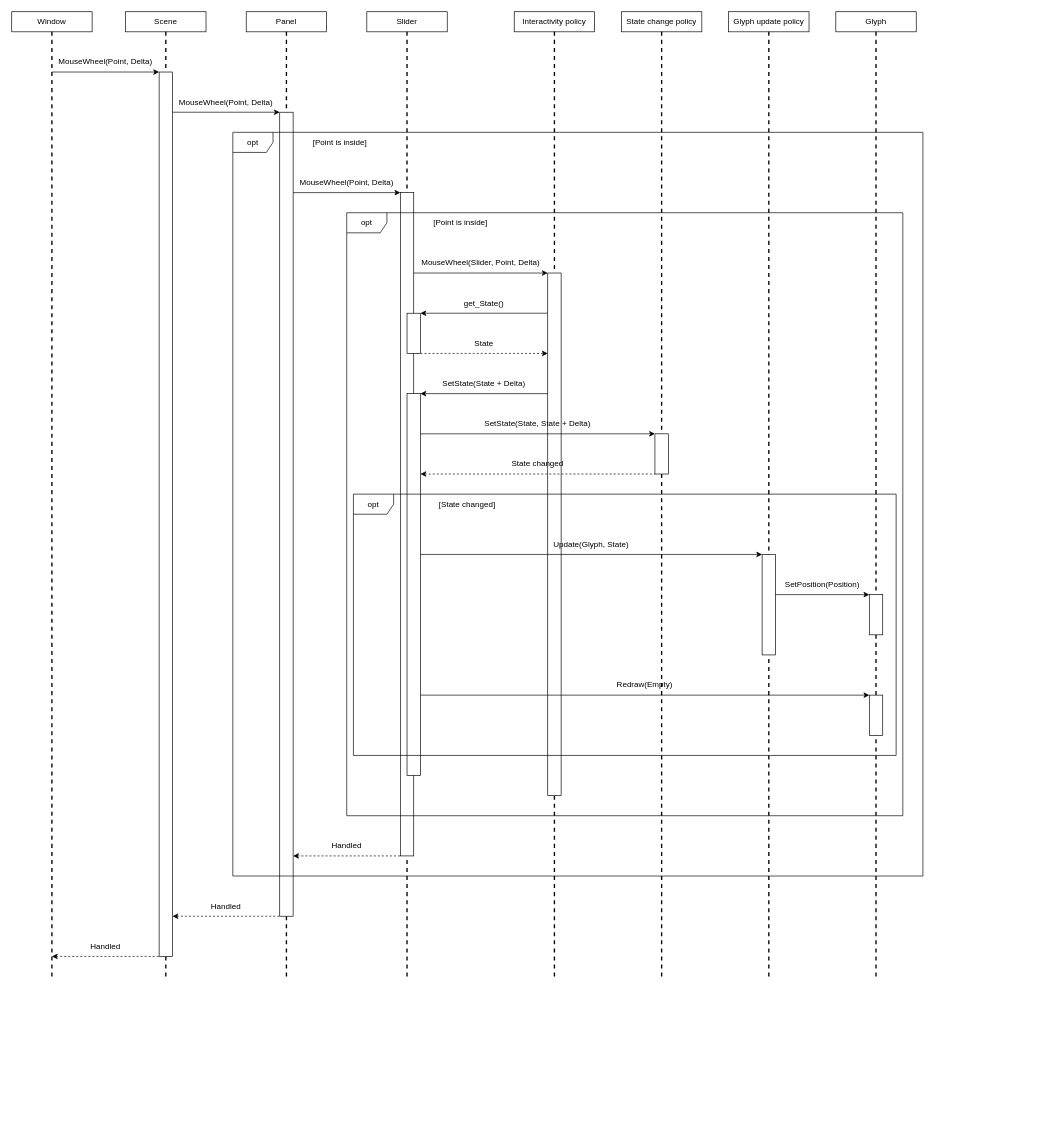
Before: doc/ui/slider_mouse_wheel.drawio in vitalii-samoilenko/voicemeeter-deskband, a draw.io diagram. Source tidied: cells renumbered, new cells numbered last; positions are measured from the earlier drawing's top-left corner, leaving out a move shared by most shapes. Both pictures are drawn from the tidied source at 67%, with x=0, y=0 at pixel (11, 11).
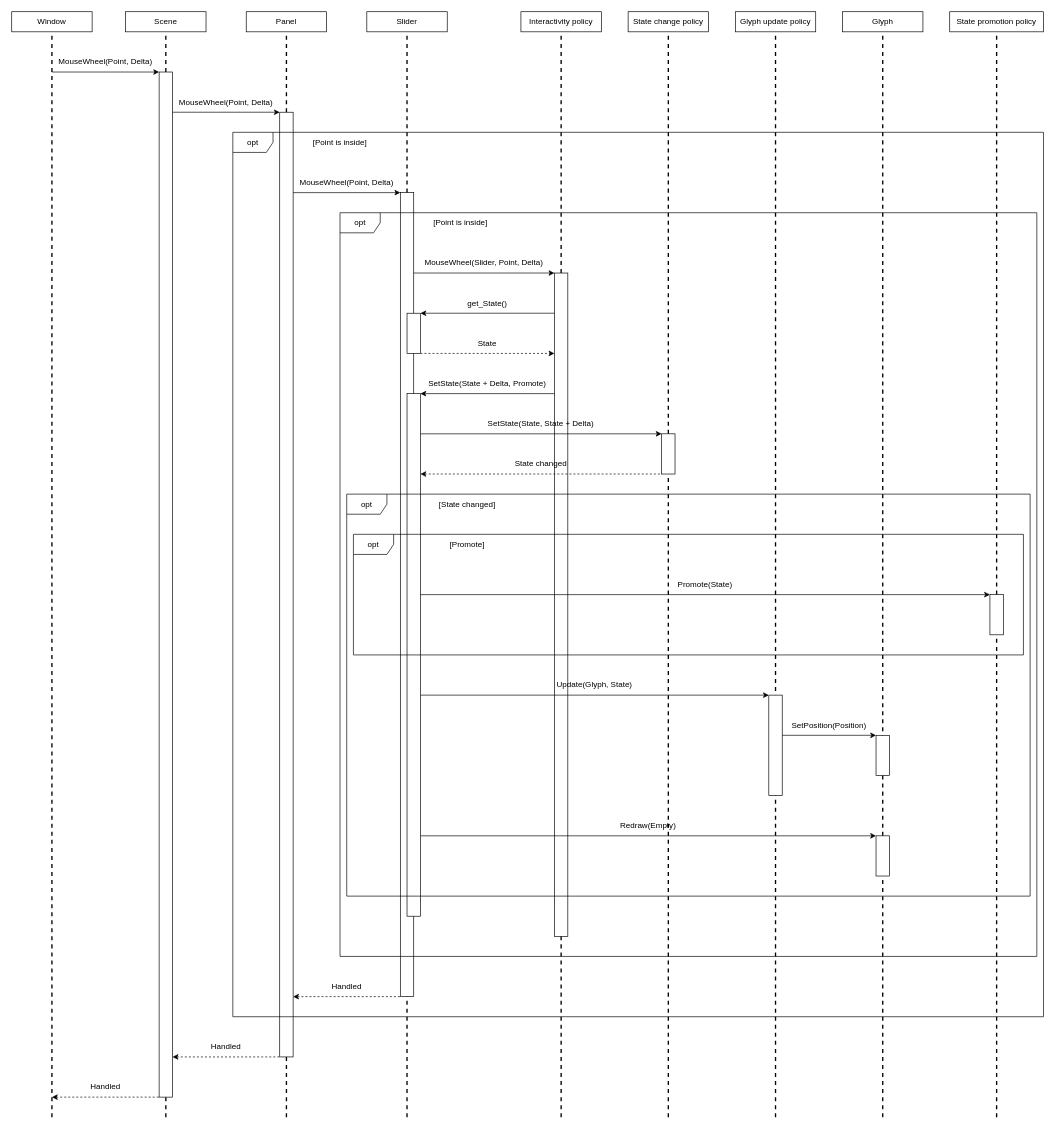
The same diagram, later.

The change refers to these unchanged cells:
```xml
<mxCell id="2" value="Window" style="rounded=0;whiteSpace=wrap;html=1;" parent="1" vertex="1">
  <mxGeometry width="120" height="30" as="geometry" />
</mxCell>
<mxCell id="3" value="Scene" style="rounded=0;whiteSpace=wrap;html=1;" parent="1" vertex="1">
  <mxGeometry x="170" width="120" height="30" as="geometry" />
</mxCell>
<mxCell id="4" value="Panel" style="rounded=0;whiteSpace=wrap;html=1;" parent="1" vertex="1">
  <mxGeometry x="350" width="120" height="30" as="geometry" />
</mxCell>
<mxCell id="5" value="Slider" style="rounded=0;whiteSpace=wrap;html=1;" parent="1" vertex="1">
  <mxGeometry x="530" width="120" height="30" as="geometry" />
</mxCell>
```

Diff of the diagram source:
```diff
@@
     <mxCell id="6" value="Interactivity policy" style="rounded=0;whiteSpace=wrap;html=1;" parent="1" vertex="1">
-      <mxGeometry x="750" width="120" height="30" as="geometry" />
+      <mxGeometry x="760" width="120" height="30" as="geometry" />
     </mxCell>
     <mxCell id="7" value="State change policy" style="rounded=0;whiteSpace=wrap;html=1;" parent="1" vertex="1">
-      <mxGeometry x="910" width="120" height="30" as="geometry" />
+      <mxGeometry x="920" width="120" height="30" as="geometry" />
     </mxCell>
     <mxCell id="8" value="Glyph update policy" style="rounded=0;whiteSpace=wrap;html=1;" parent="1" vertex="1">
-      <mxGeometry x="1070" width="120" height="30" as="geometry" />
+      <mxGeometry x="1080" width="120" height="30" as="geometry" />
     </mxCell>
     <mxCell id="9" value="Glyph" style="rounded=0;whiteSpace=wrap;html=1;" parent="1" vertex="1">
-      <mxGeometry x="1230" width="120" height="30" as="geometry" />
+      <mxGeometry x="1240" width="120" height="30" as="geometry" />
     </mxCell>
     <mxCell id="10" style="endArrow=none;dashed=1;html=1;strokeWidth=2;rounded=0;" parent="1" edge="1" target="2">
       <mxGeometry relative="1" as="geometry">
-        <mxPoint x="60" y="1440" as="sourcePoint" />
+        <mxPoint x="60" y="1650" as="sourcePoint" />
       </mxGeometry>
     </mxCell>
     <mxCell id="11" style="endArrow=none;dashed=1;html=1;strokeWidth=2;rounded=0;" parent="1" edge="1" target="3">
       <mxGeometry relative="1" as="geometry">
-        <mxPoint x="230" y="1440" as="sourcePoint" />
+        <mxPoint x="230" y="1650" as="sourcePoint" />
       </mxGeometry>
     </mxCell>
     <mxCell id="12" style="endArrow=none;dashed=1;html=1;strokeWidth=2;rounded=0;" parent="1" edge="1" target="4">
       <mxGeometry relative="1" as="geometry">
-        <mxPoint x="410" y="1440" as="sourcePoint" />
+        <mxPoint x="410" y="1650" as="sourcePoint" />
       </mxGeometry>
     </mxCell>
     <mxCell id="13" style="endArrow=none;dashed=1;html=1;strokeWidth=2;rounded=0;" parent="1" edge="1" target="5">
       <mxGeometry relative="1" as="geometry">
-        <mxPoint x="590" y="1440" as="sourcePoint" />
+        <mxPoint x="590" y="1650" as="sourcePoint" />
       </mxGeometry>
     </mxCell>
     <mxCell id="14" style="endArrow=none;dashed=1;html=1;strokeWidth=2;rounded=0;" parent="1" edge="1" target="6">
       <mxGeometry relative="1" as="geometry">
-        <mxPoint x="810" y="1440" as="sourcePoint" />
+        <mxPoint x="820" y="1650" as="sourcePoint" />
       </mxGeometry>
     </mxCell>
     <mxCell id="15" style="endArrow=none;dashed=1;html=1;strokeWidth=2;rounded=0;" parent="1" edge="1" target="7">
       <mxGeometry relative="1" as="geometry">
-        <mxPoint x="970" y="1440" as="sourcePoint" />
+        <mxPoint x="980" y="1650" as="sourcePoint" />
       </mxGeometry>
     </mxCell>
     <mxCell id="16" style="endArrow=none;dashed=1;html=1;strokeWidth=2;rounded=0;" parent="1" edge="1" target="8">
       <mxGeometry relative="1" as="geometry">
-        <mxPoint x="1130" y="1440" as="sourcePoint" />
+        <mxPoint x="1140" y="1650" as="sourcePoint" />
       </mxGeometry>
     </mxCell>
     <mxCell id="17" style="endArrow=none;dashed=1;html=1;strokeWidth=2;rounded=0;" parent="1" edge="1" target="9">
       <mxGeometry relative="1" as="geometry">
-        <mxPoint x="1290" y="1440" as="sourcePoint" />
+        <mxPoint x="1300" y="1650" as="sourcePoint" />
       </mxGeometry>
     </mxCell>
@@
     <mxCell id="19" style="rounded=0;whiteSpace=wrap;html=1;" parent="1" vertex="1">
-      <mxGeometry x="220" y="90" width="20" height="1320" as="geometry" />
+      <mxGeometry x="220" y="90" width="20" height="1530" as="geometry" />
     </mxCell>
@@
     <mxCell id="21" style="rounded=0;whiteSpace=wrap;html=1;" parent="1" vertex="1">
-      <mxGeometry x="400" y="150" width="20" height="1200" as="geometry" />
+      <mxGeometry x="400" y="150" width="20" height="1410" as="geometry" />
     </mxCell>
     <mxCell id="22" style="rounded=0;whiteSpace=wrap;html=1;" parent="1" vertex="1">
-      <mxGeometry x="580" y="270" width="20" height="990" as="geometry" />
+      <mxGeometry x="580" y="270" width="20" height="1200" as="geometry" />
     </mxCell>
@@
     <mxCell id="26" style="rounded=0;whiteSpace=wrap;html=1;" parent="1" vertex="1">
-      <mxGeometry x="800" y="390" width="20" height="780" as="geometry" />
+      <mxGeometry x="810" y="390" width="20" height="990" as="geometry" />
     </mxCell>
@@
     <mxCell id="28" value="MouseWheel(Slider, Point, Delta)" style="text;html=1;align=center;verticalAlign=middle;whiteSpace=wrap;rounded=0;" parent="1" vertex="1">
-      <mxGeometry x="600" y="360" width="200" height="30" as="geometry" />
+      <mxGeometry x="600" y="360" width="210" height="30" as="geometry" />
     </mxCell>
@@
     <mxCell id="30" value="get_State()" style="text;html=1;align=center;verticalAlign=middle;whiteSpace=wrap;rounded=0;" parent="1" vertex="1">
-      <mxGeometry x="610" y="420" width="190" height="30" as="geometry" />
+      <mxGeometry x="610" y="420" width="200" height="30" as="geometry" />
     </mxCell>
     <mxCell id="31" style="rounded=0;whiteSpace=wrap;html=1;" parent="1" vertex="1">
-      <mxGeometry x="960" y="630" width="20" height="60" as="geometry" />
+      <mxGeometry x="970" y="630" width="20" height="60" as="geometry" />
     </mxCell>
@@
     <mxCell id="33" value="SetState(State, State + Delta)" style="text;html=1;align=center;verticalAlign=middle;whiteSpace=wrap;rounded=0;" parent="1" vertex="1">
-      <mxGeometry x="610" y="600" width="350" height="30" as="geometry" />
+      <mxGeometry x="610" y="600" width="360" height="30" as="geometry" />
     </mxCell>
@@
     <mxCell id="35" value="State changed" style="text;html=1;align=center;verticalAlign=middle;whiteSpace=wrap;rounded=0;" parent="1" vertex="1">
-      <mxGeometry x="610" y="660" width="350" height="30" as="geometry" />
+      <mxGeometry x="610" y="660" width="360" height="30" as="geometry" />
     </mxCell>
@@
     <mxCell id="37" style="rounded=0;whiteSpace=wrap;html=1;" parent="1" vertex="1">
-      <mxGeometry x="1120" y="810" width="20" height="150" as="geometry" />
+      <mxGeometry x="1130" y="1020" width="20" height="150" as="geometry" />
     </mxCell>
@@
     <mxCell id="39" value="Update(Glyph, State)" style="text;html=1;align=center;verticalAlign=middle;whiteSpace=wrap;rounded=0;" parent="1" vertex="1">
-      <mxGeometry x="610" y="780" width="510" height="30" as="geometry" />
+      <mxGeometry x="610" y="990" width="520" height="30" as="geometry" />
     </mxCell>
     <mxCell id="40" style="endArrow=classic;html=1;rounded=0;exitX=0;exitY=1;exitDx=0;exitDy=0;entryX=0;entryY=0;entryDx=0;entryDy=0;" parent="1" edge="1" source="41">
       <mxGeometry relative="1" as="geometry">
-        <mxPoint x="1280" y="870" as="targetPoint" />
+        <mxPoint x="1290" y="1080" as="targetPoint" />
       </mxGeometry>
     </mxCell>
     <mxCell id="41" value="SetPosition(Position)" style="text;html=1;align=center;verticalAlign=middle;whiteSpace=wrap;rounded=0;" parent="1" vertex="1">
-      <mxGeometry x="1140" y="840" width="140" height="30" as="geometry" />
+      <mxGeometry x="1150" y="1050" width="140" height="30" as="geometry" />
     </mxCell>
     <mxCell id="42" style="rounded=0;whiteSpace=wrap;html=1;" parent="1" vertex="1">
-      <mxGeometry x="1280" y="870" width="20" height="60" as="geometry" />
+      <mxGeometry x="1290" y="1080" width="20" height="60" as="geometry" />
     </mxCell>
@@
     <mxCell id="44" value="Redraw(Empty)" style="text;html=1;align=center;verticalAlign=middle;whiteSpace=wrap;rounded=0;" parent="1" vertex="1">
-      <mxGeometry x="610" y="990" width="670" height="30" as="geometry" />
+      <mxGeometry x="610" y="1200" width="680" height="30" as="geometry" />
     </mxCell>
     <mxCell id="45" style="rounded=0;whiteSpace=wrap;html=1;" parent="1" vertex="1">
-      <mxGeometry x="1280" y="1020" width="20" height="60" as="geometry" />
+      <mxGeometry x="1290" y="1230" width="20" height="60" as="geometry" />
     </mxCell>
@@
     <mxCell id="48" value="opt" style="shape=umlFrame;whiteSpace=wrap;html=1;" parent="1" vertex="1">
-      <mxGeometry x="330" y="180" width="1030" height="1110" as="geometry" />
+      <mxGeometry x="330" y="180" width="1210" height="1320" as="geometry" />
     </mxCell>
@@
     <mxCell id="52" value="Handled" style="text;html=1;align=center;verticalAlign=middle;whiteSpace=wrap;rounded=0;" parent="1" vertex="1">
-      <mxGeometry x="420" y="1230" width="160" height="30" as="geometry" />
+      <mxGeometry x="420" y="1440" width="160" height="30" as="geometry" />
     </mxCell>
@@
     <mxCell id="54" value="Handled" style="text;html=1;align=center;verticalAlign=middle;whiteSpace=wrap;rounded=0;" parent="1" vertex="1">
-      <mxGeometry x="240" y="1320" width="160" height="30" as="geometry" />
+      <mxGeometry x="240" y="1530" width="160" height="30" as="geometry" />
     </mxCell>
@@
     <mxCell id="56" value="Handled" style="text;html=1;align=center;verticalAlign=middle;whiteSpace=wrap;rounded=0;" parent="1" vertex="1">
-      <mxGeometry x="60" y="1380" width="160" height="30" as="geometry" />
+      <mxGeometry x="60" y="1590" width="160" height="30" as="geometry" />
     </mxCell>
@@
     <mxCell id="58" value="State" style="text;html=1;align=center;verticalAlign=middle;whiteSpace=wrap;rounded=0;" parent="1" vertex="1">
-      <mxGeometry x="610" y="480" width="190" height="30" as="geometry" />
+      <mxGeometry x="610" y="480" width="200" height="30" as="geometry" />
     </mxCell>
@@
-    <mxCell id="60" value="SetState(State + Delta)" style="text;html=1;align=center;verticalAlign=middle;whiteSpace=wrap;rounded=0;" parent="1" vertex="1">
-      <mxGeometry x="610" y="540" width="190" height="30" as="geometry" />
+    <mxCell id="60" value="SetState(State + Delta, Promote)" style="text;html=1;align=center;verticalAlign=middle;whiteSpace=wrap;rounded=0;" parent="1" vertex="1">
+      <mxGeometry x="610" y="540" width="200" height="30" as="geometry" />
     </mxCell>
     <mxCell id="61" style="rounded=0;whiteSpace=wrap;html=1;" parent="1" vertex="1">
-      <mxGeometry x="590" y="570" width="20" height="570" as="geometry" />
+      <mxGeometry x="590" y="570" width="20" height="780" as="geometry" />
     </mxCell>
     <mxCell id="62" value="opt" style="shape=umlFrame;whiteSpace=wrap;html=1;" parent="1" vertex="1">
-      <mxGeometry x="510" y="720" width="810" height="390" as="geometry" />
+      <mxGeometry x="500" y="720" width="1020" height="600" as="geometry" />
     </mxCell>
     <mxCell id="63" value="opt" style="shape=umlFrame;whiteSpace=wrap;html=1;" parent="1" vertex="1">
-      <mxGeometry x="500" y="300" width="830" height="900" as="geometry" />
+      <mxGeometry x="490" y="300" width="1040" height="1110" as="geometry" />
     </mxCell>
+    <mxCell id="64" value="State promotion policy" style="rounded=0;whiteSpace=wrap;html=1;" parent="1" vertex="1">
+      <mxGeometry x="1400" width="140" height="30" as="geometry" />
+    </mxCell>
+    <mxCell id="65" style="endArrow=none;dashed=1;html=1;strokeWidth=2;rounded=0;" parent="1" edge="1" target="64">
+      <mxGeometry relative="1" as="geometry">
+        <mxPoint x="1470" y="1650" as="sourcePoint" />
+      </mxGeometry>
+    </mxCell>
+    <mxCell id="66" style="rounded=0;whiteSpace=wrap;html=1;" parent="1" vertex="1">
+      <mxGeometry x="1460" y="870" width="20" height="60" as="geometry" />
+    </mxCell>
+    <mxCell id="67" value="[Promote]" style="text;html=1;align=center;verticalAlign=middle;whiteSpace=wrap;rounded=0;fillColor=none;strokeColor=none;perimeterSpacing=0;shadow=0;glass=0;backgroundOutline=0;comic=0;fontSize=12;" parent="1" vertex="1">
+      <mxGeometry x="620" y="780" width="120" height="30" as="geometry" />
+    </mxCell>
+    <mxCell id="68" value="opt" style="shape=umlFrame;whiteSpace=wrap;html=1;" parent="1" vertex="1">
+      <mxGeometry x="510" y="780" width="1000" height="180" as="geometry" />
+    </mxCell>
+    <mxCell id="69" value="Promote(State)" style="text;html=1;align=center;verticalAlign=middle;whiteSpace=wrap;rounded=0;" parent="1" vertex="1">
+      <mxGeometry x="610" y="840" width="850" height="30" as="geometry" />
+    </mxCell>
+    <mxCell id="70" style="endArrow=classic;html=1;rounded=0;exitX=0;exitY=1;exitDx=0;exitDy=0;entryX=1;entryY=1;entryDx=0;entryDy=0;" parent="1" edge="1" source="69" target="69">
+      <mxGeometry relative="1" as="geometry" />
+    </mxCell>
```
